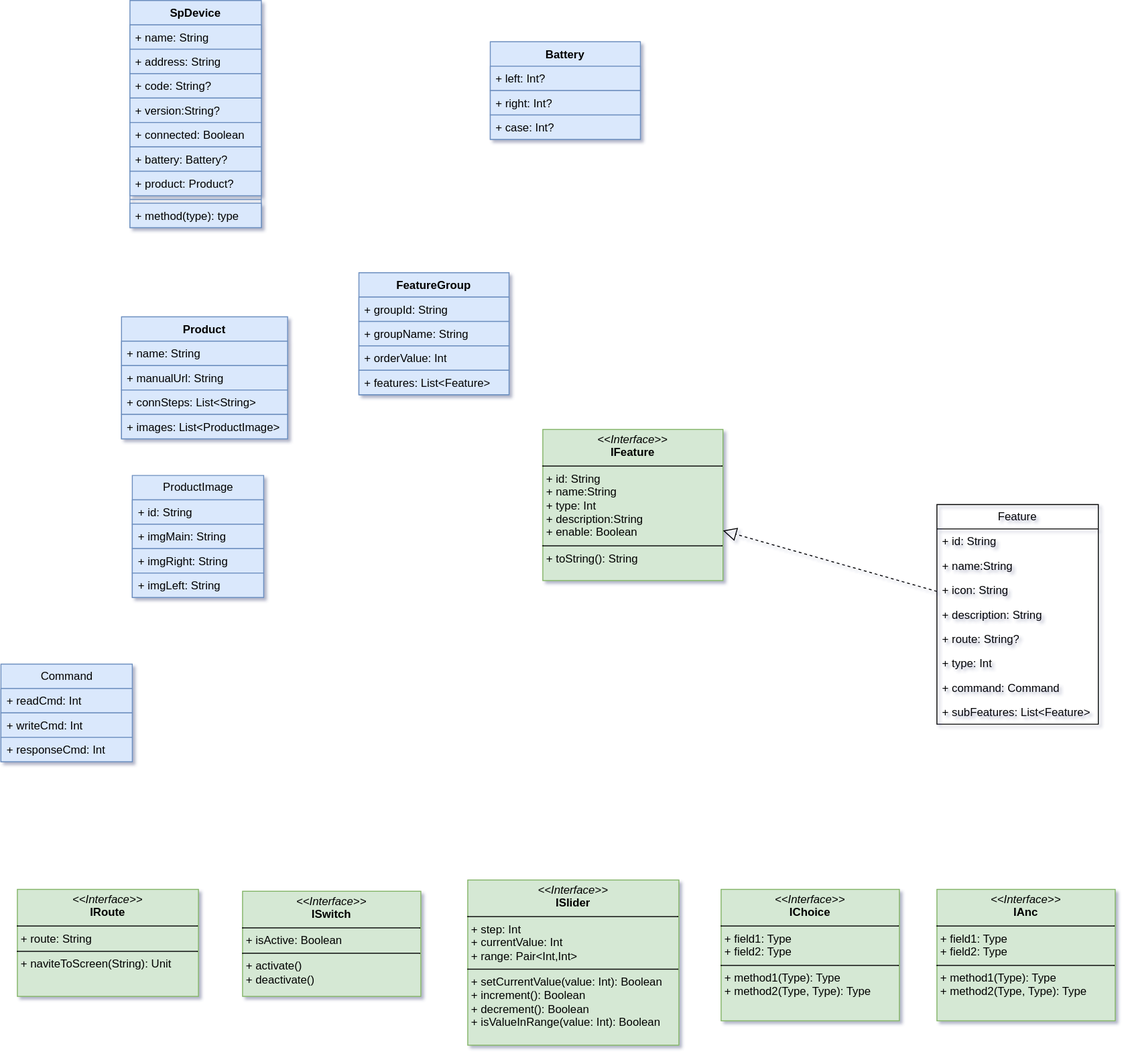
kekemao00/draw-libs keeps this draw.io diagram as 未命名绘图.drawio.svg. Above is the earlier version. Source tidied: cells renumbered, new cells last; positions are measured from the earlier drawing's top-left corner, leaving out a move shared by most shapes.
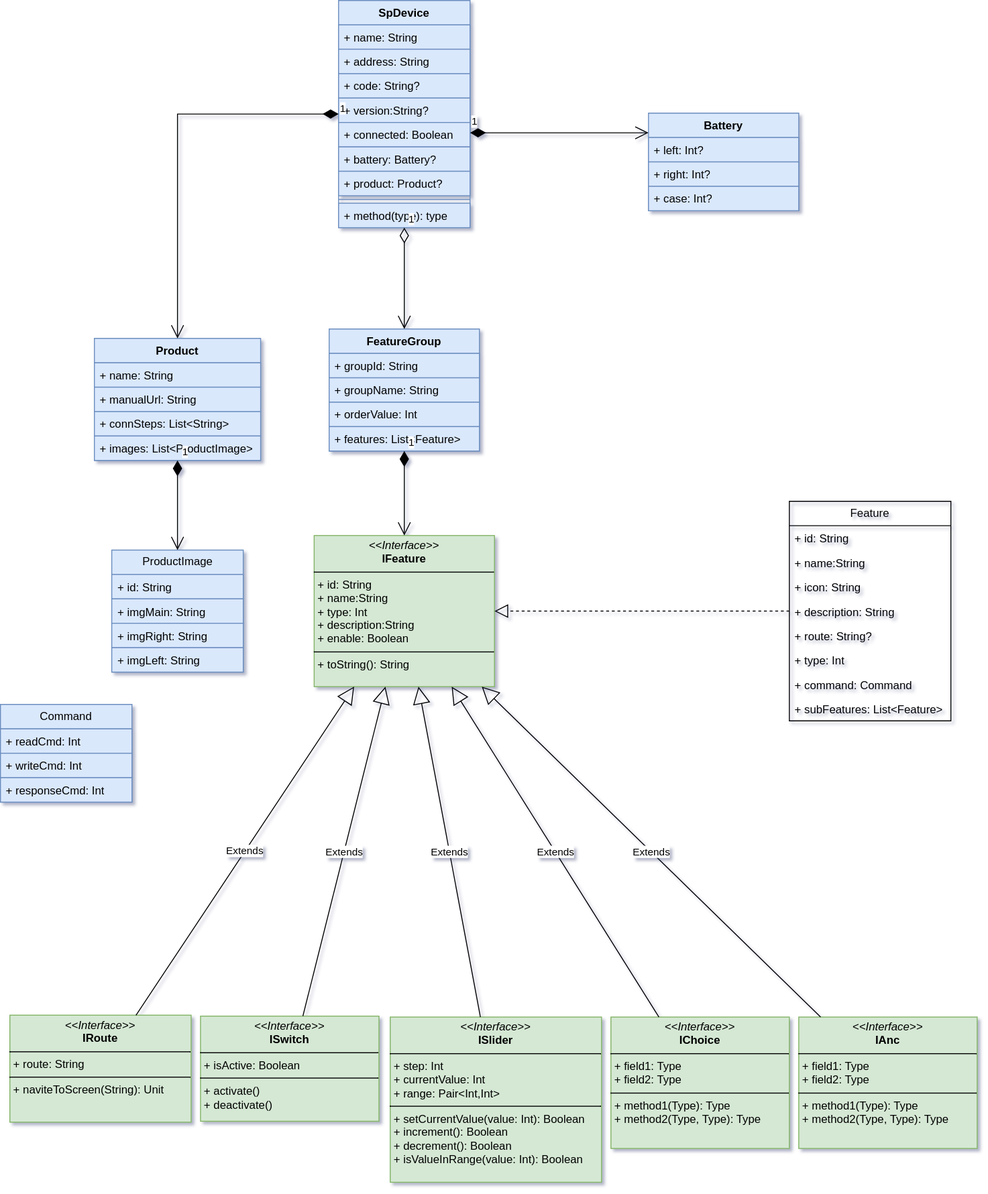
After the change.

Commit message:
更新未命名绘图.drawio.svg

The edit, as a diff of the source:
```diff
@@ -3,7 +3,7 @@
     <mxCell id="0" />
     <mxCell id="1" parent="0" />
     <mxCell id="2" value="SpDevice" style="swimlane;fontStyle=1;align=center;verticalAlign=top;horizontal=1;startSize=26;whiteSpace=wrap;html=1;labelBackgroundColor=none;rounded=0;fillColor=#dae8fc;strokeColor=#6c8ebf;" parent="1" vertex="1">
-      <mxGeometry x="138" width="140" height="242" as="geometry" />
+      <mxGeometry x="358" y="-83" width="140" height="242" as="geometry" />
     </mxCell>
     <mxCell id="3" value="+ name: String" style="text;strokeColor=#6c8ebf;fillColor=#dae8fc;align=left;verticalAlign=top;spacingLeft=4;spacingRight=4;overflow=hidden;whiteSpace=wrap;html=1;labelBackgroundColor=none;rounded=0;" parent="2" vertex="1">
       <mxGeometry y="26" width="140" height="26" as="geometry" />
@@ -33,7 +33,7 @@
       <mxGeometry y="216" width="140" height="26" as="geometry" />
     </mxCell>
     <mxCell id="12" value="Battery" style="swimlane;fontStyle=1;align=center;verticalAlign=top;horizontal=1;startSize=26;whiteSpace=wrap;html=1;labelBackgroundColor=none;rounded=0;fillColor=#dae8fc;strokeColor=#6c8ebf;" parent="1" vertex="1">
-      <mxGeometry x="522" y="44" width="160" height="104" as="geometry" />
+      <mxGeometry x="688" y="37" width="160" height="104" as="geometry" />
     </mxCell>
     <mxCell id="13" value="+&amp;nbsp;left: Int?" style="text;strokeColor=#6c8ebf;fillColor=#dae8fc;align=left;verticalAlign=top;spacingLeft=4;spacingRight=4;overflow=hidden;whiteSpace=wrap;html=1;labelBackgroundColor=none;rounded=0;" parent="12" vertex="1">
       <mxGeometry y="26" width="160" height="26" as="geometry" />
@@ -45,7 +45,7 @@
       <mxGeometry y="78" width="160" height="26" as="geometry" />
     </mxCell>
     <mxCell id="16" value="Product" style="swimlane;fontStyle=1;align=center;verticalAlign=top;horizontal=1;startSize=26;whiteSpace=wrap;html=1;labelBackgroundColor=none;rounded=0;fillColor=#dae8fc;strokeColor=#6c8ebf;" parent="1" vertex="1">
-      <mxGeometry x="129" y="337" width="177" height="130" as="geometry" />
+      <mxGeometry x="98" y="277" width="177" height="130" as="geometry" />
     </mxCell>
     <mxCell id="17" value="+ name: String" style="text;strokeColor=#6c8ebf;fillColor=#dae8fc;align=left;verticalAlign=top;spacingLeft=4;spacingRight=4;overflow=hidden;whiteSpace=wrap;html=1;labelBackgroundColor=none;rounded=0;" parent="16" vertex="1">
       <mxGeometry y="26" width="177" height="26" as="geometry" />
@@ -60,7 +60,7 @@
       <mxGeometry y="104" width="177" height="26" as="geometry" />
     </mxCell>
     <mxCell id="21" value="ProductImage" style="swimlane;fontStyle=0;horizontal=1;startSize=26;fillColor=#dae8fc;whiteSpace=wrap;html=1;strokeColor=#6c8ebf;" parent="1" vertex="1">
-      <mxGeometry x="140.5" y="506" width="140" height="130" as="geometry" />
+      <mxGeometry x="116.5" y="502.5" width="140" height="130" as="geometry" />
     </mxCell>
     <mxCell id="22" value="+ id: String" style="text;strokeColor=#6c8ebf;fillColor=#dae8fc;align=left;verticalAlign=top;spacingLeft=4;spacingRight=4;overflow=hidden;whiteSpace=wrap;html=1;" parent="21" vertex="1">
       <mxGeometry y="26" width="140" height="26" as="geometry" />
@@ -75,7 +75,7 @@
       <mxGeometry y="104" width="140" height="26" as="geometry" />
     </mxCell>
     <mxCell id="26" value="FeatureGroup" style="swimlane;fontStyle=1;align=center;verticalAlign=top;horizontal=1;startSize=26;whiteSpace=wrap;html=1;fillColor=#dae8fc;strokeColor=#6c8ebf;" parent="1" vertex="1">
-      <mxGeometry x="382" y="290" width="160" height="130" as="geometry" />
+      <mxGeometry x="348" y="267" width="160" height="130" as="geometry" />
     </mxCell>
     <mxCell id="27" value="+ groupId: String" style="text;strokeColor=#6c8ebf;fillColor=#dae8fc;align=left;verticalAlign=top;spacingLeft=4;spacingRight=4;overflow=hidden;whiteSpace=wrap;html=1;" parent="26" vertex="1">
       <mxGeometry y="26" width="160" height="26" as="geometry" />
@@ -90,7 +90,7 @@
       <mxGeometry y="104" width="160" height="26" as="geometry" />
     </mxCell>
     <mxCell id="31" value="Feature" style="swimlane;fontStyle=0;horizontal=1;startSize=26;fillColor=none;whiteSpace=wrap;html=1;" parent="1" vertex="1">
-      <mxGeometry x="998" y="537" width="172" height="234" as="geometry" />
+      <mxGeometry x="838" y="450.5" width="172" height="234" as="geometry" />
     </mxCell>
     <mxCell id="32" value="+ id: String" style="text;strokeColor=none;fillColor=none;align=left;verticalAlign=top;spacingLeft=4;spacingRight=4;overflow=hidden;whiteSpace=wrap;html=1;" parent="31" vertex="1">
       <mxGeometry y="26" width="172" height="26" as="geometry" />
@@ -117,7 +117,7 @@
       <mxGeometry y="208" width="172" height="26" as="geometry" />
     </mxCell>
     <mxCell id="40" value="Command" style="swimlane;fontStyle=0;horizontal=1;startSize=26;fillColor=#dae8fc;whiteSpace=wrap;html=1;strokeColor=#6c8ebf;" parent="1" vertex="1">
-      <mxGeometry x="0.5" y="707" width="140" height="104" as="geometry" />
+      <mxGeometry x="-2" y="667" width="140" height="104" as="geometry" />
     </mxCell>
     <mxCell id="41" value="+ readCmd: Int" style="text;strokeColor=#6c8ebf;fillColor=#dae8fc;align=left;verticalAlign=top;spacingLeft=4;spacingRight=4;overflow=hidden;whiteSpace=wrap;html=1;" parent="40" vertex="1">
       <mxGeometry y="26" width="140" height="26" as="geometry" />
@@ -129,25 +129,60 @@
       <mxGeometry y="78" width="140" height="26" as="geometry" />
     </mxCell>
     <mxCell id="44" value="&lt;p style=&quot;margin:0px;margin-top:4px;text-align:center;&quot;&gt;&lt;i&gt;&amp;lt;&amp;lt;Interface&amp;gt;&amp;gt;&lt;/i&gt;&lt;br&gt;&lt;b&gt;IFeature&lt;/b&gt;&lt;/p&gt;&lt;hr size=&quot;1&quot; style=&quot;border-style:solid;&quot;&gt;&lt;p style=&quot;margin:0px;margin-left:4px;&quot;&gt;+ id: String&lt;br&gt;+ name:String&lt;br&gt;+ type: Int&lt;br&gt;+ description:String&lt;br&gt;+&amp;nbsp;enable: Boolean&lt;/p&gt;&lt;hr size=&quot;1&quot; style=&quot;border-style:solid;&quot;&gt;&lt;p style=&quot;margin:0px;margin-left:4px;&quot;&gt;+ toString(): String&lt;br&gt;&lt;/p&gt;" style="verticalAlign=top;align=left;overflow=fill;html=1;whiteSpace=wrap;fillColor=#d5e8d4;strokeColor=#82b366;" parent="1" vertex="1">
-      <mxGeometry x="578" y="457" width="192" height="161" as="geometry" />
+      <mxGeometry x="332" y="487" width="192" height="161" as="geometry" />
     </mxCell>
     <mxCell id="45" value="&lt;p style=&quot;margin:0px;margin-top:4px;text-align:center;&quot;&gt;&lt;i&gt;&amp;lt;&amp;lt;Interface&amp;gt;&amp;gt;&lt;/i&gt;&lt;br&gt;&lt;b&gt;IRoute&lt;/b&gt;&lt;/p&gt;&lt;hr size=&quot;1&quot; style=&quot;border-style:solid;&quot;&gt;&lt;p style=&quot;margin:0px;margin-left:4px;&quot;&gt;+ route: String&lt;/p&gt;&lt;hr size=&quot;1&quot; style=&quot;border-style:solid;&quot;&gt;&lt;p style=&quot;margin:0px;margin-left:4px;&quot;&gt;+ naviteToScreen(String): Unit&lt;br&gt;&lt;/p&gt;" style="verticalAlign=top;align=left;overflow=fill;html=1;whiteSpace=wrap;fillColor=#d5e8d4;strokeColor=#82b366;" parent="1" vertex="1">
-      <mxGeometry x="18" y="947" width="193" height="114" as="geometry" />
+      <mxGeometry x="8" y="998" width="193" height="114" as="geometry" />
     </mxCell>
     <mxCell id="46" value="&lt;p style=&quot;margin:0px;margin-top:4px;text-align:center;&quot;&gt;&lt;i&gt;&amp;lt;&amp;lt;Interface&amp;gt;&amp;gt;&lt;/i&gt;&lt;br&gt;&lt;b&gt;IChoice&lt;/b&gt;&lt;/p&gt;&lt;hr size=&quot;1&quot; style=&quot;border-style:solid;&quot;&gt;&lt;p style=&quot;margin:0px;margin-left:4px;&quot;&gt;+ field1: Type&lt;br&gt;+ field2: Type&lt;/p&gt;&lt;hr size=&quot;1&quot; style=&quot;border-style:solid;&quot;&gt;&lt;p style=&quot;margin:0px;margin-left:4px;&quot;&gt;+ method1(Type): Type&lt;br&gt;+ method2(Type, Type): Type&lt;/p&gt;" style="verticalAlign=top;align=left;overflow=fill;html=1;whiteSpace=wrap;fillColor=#d5e8d4;strokeColor=#82b366;" parent="1" vertex="1">
-      <mxGeometry x="768" y="947" width="190" height="140" as="geometry" />
+      <mxGeometry x="648" y="1000" width="190" height="140" as="geometry" />
     </mxCell>
     <mxCell id="47" value="&lt;p style=&quot;margin:0px;margin-top:4px;text-align:center;&quot;&gt;&lt;i&gt;&amp;lt;&amp;lt;Interface&amp;gt;&amp;gt;&lt;/i&gt;&lt;br&gt;&lt;b&gt;IAnc&lt;/b&gt;&lt;/p&gt;&lt;hr size=&quot;1&quot; style=&quot;border-style:solid;&quot;&gt;&lt;p style=&quot;margin:0px;margin-left:4px;&quot;&gt;+ field1: Type&lt;br&gt;+ field2: Type&lt;/p&gt;&lt;hr size=&quot;1&quot; style=&quot;border-style:solid;&quot;&gt;&lt;p style=&quot;margin:0px;margin-left:4px;&quot;&gt;+ method1(Type): Type&lt;br&gt;+ method2(Type, Type): Type&lt;/p&gt;" style="verticalAlign=top;align=left;overflow=fill;html=1;whiteSpace=wrap;fillColor=#d5e8d4;strokeColor=#82b366;" parent="1" vertex="1">
-      <mxGeometry x="998" y="947" width="190" height="140" as="geometry" />
+      <mxGeometry x="848" y="1000" width="190" height="140" as="geometry" />
     </mxCell>
     <mxCell id="48" style="endArrow=block;dashed=1;endFill=0;endSize=12;html=1;rounded=0;" parent="1" edge="1" source="31" target="44">
       <mxGeometry relative="1" as="geometry" />
     </mxCell>
     <mxCell id="49" value="&lt;p style=&quot;margin:0px;margin-top:4px;text-align:center;&quot;&gt;&lt;i&gt;&amp;lt;&amp;lt;Interface&amp;gt;&amp;gt;&lt;/i&gt;&lt;br&gt;&lt;b&gt;ISwitch&lt;/b&gt;&lt;/p&gt;&lt;hr size=&quot;1&quot; style=&quot;border-style:solid;&quot;&gt;&lt;p style=&quot;margin:0px;margin-left:4px;&quot;&gt;+ isActive: Boolean&lt;br&gt;&lt;/p&gt;&lt;hr size=&quot;1&quot; style=&quot;border-style:solid;&quot;&gt;&lt;p style=&quot;margin:0px;margin-left:4px;&quot;&gt;+ activate()&lt;br&gt;+ deactivate()&lt;/p&gt;" style="verticalAlign=top;align=left;overflow=fill;html=1;whiteSpace=wrap;fillColor=#d5e8d4;strokeColor=#82b366;" parent="1" vertex="1">
-      <mxGeometry x="258" y="949" width="190" height="112" as="geometry" />
+      <mxGeometry x="211" y="999" width="190" height="112" as="geometry" />
     </mxCell>
     <mxCell id="50" value="&lt;p style=&quot;margin:0px;margin-top:4px;text-align:center;&quot;&gt;&lt;i&gt;&amp;lt;&amp;lt;Interface&amp;gt;&amp;gt;&lt;/i&gt;&lt;br&gt;&lt;b&gt;ISlider&lt;/b&gt;&lt;/p&gt;&lt;hr size=&quot;1&quot; style=&quot;border-style:solid;&quot;&gt;&lt;p style=&quot;margin:0px;margin-left:4px;&quot;&gt;+&amp;nbsp;step: Int&lt;br&gt;+&amp;nbsp;currentValue: Int&lt;br&gt;+ range: Pair&amp;lt;Int,Int&amp;gt;&lt;/p&gt;&lt;hr size=&quot;1&quot; style=&quot;border-style:solid;&quot;&gt;&lt;p style=&quot;margin:0px;margin-left:4px;&quot;&gt;+ setCurrentValue(value: Int): Boolean&lt;/p&gt;&lt;p style=&quot;margin:0px;margin-left:4px;&quot;&gt;+ increment(): Boolean&lt;/p&gt;&lt;p style=&quot;margin:0px;margin-left:4px;&quot;&gt;+ decrement(): Boolean&lt;/p&gt;&lt;p style=&quot;margin:0px;margin-left:4px;&quot;&gt;+ isValueInRange(value: Int): Boolean&lt;/p&gt;" style="verticalAlign=top;align=left;overflow=fill;html=1;whiteSpace=wrap;fillColor=#d5e8d4;strokeColor=#82b366;" parent="1" vertex="1">
-      <mxGeometry x="498" y="937" width="225" height="176" as="geometry" />
+      <mxGeometry x="413" y="1000" width="225" height="176" as="geometry" />
     </mxCell>
+    <mxCell id="51" value="1" style="endArrow=open;html=1;endSize=12;startArrow=diamondThin;startSize=14;startFill=1;edgeStyle=orthogonalEdgeStyle;align=left;verticalAlign=bottom;rounded=0;" parent="1" edge="1" source="2" target="12">
+      <mxGeometry x="-1" y="3" relative="1" as="geometry">
+        <Array as="points">
+          <mxPoint x="578" y="58" />
+          <mxPoint x="578" y="58" />
+        </Array>
+      </mxGeometry>
+    </mxCell>
+    <mxCell id="52" value="1" style="endArrow=open;html=1;endSize=12;startArrow=diamondThin;startSize=14;startFill=1;edgeStyle=orthogonalEdgeStyle;align=left;verticalAlign=bottom;rounded=0;" parent="1" edge="1" source="2" target="16">
+      <mxGeometry x="-1" y="3" relative="1" as="geometry" />
+    </mxCell>
+    <mxCell id="53" value="1" style="endArrow=open;html=1;endSize=12;startArrow=diamondThin;startSize=14;startFill=1;edgeStyle=orthogonalEdgeStyle;align=left;verticalAlign=bottom;rounded=0;" parent="1" edge="1" source="16" target="21">
+      <mxGeometry x="-1" y="3" relative="1" as="geometry" />
+    </mxCell>
+    <mxCell id="54" value="1" style="endArrow=open;html=1;endSize=12;startArrow=diamondThin;startSize=14;startFill=0;edgeStyle=orthogonalEdgeStyle;align=left;verticalAlign=bottom;rounded=0;" parent="1" edge="1" source="2" target="26">
+      <mxGeometry x="-1" y="3" relative="1" as="geometry" />
+    </mxCell>
+    <mxCell id="55" value="1" style="endArrow=open;html=1;endSize=12;startArrow=diamondThin;startSize=14;startFill=1;edgeStyle=orthogonalEdgeStyle;align=left;verticalAlign=bottom;rounded=0;" parent="1" edge="1" source="26" target="44">
+      <mxGeometry x="-1" y="3" relative="1" as="geometry" />
+    </mxCell>
+    <mxCell id="56" value="Extends" style="endArrow=block;endSize=16;endFill=0;html=1;rounded=0;" parent="1" edge="1" source="45" target="44">
+      <mxGeometry relative="1" as="geometry" />
+    </mxCell>
+    <mxCell id="57" value="Extends" style="endArrow=block;endSize=16;endFill=0;html=1;rounded=0;" parent="1" edge="1" source="49" target="44">
+      <mxGeometry relative="1" as="geometry" />
+    </mxCell>
+    <mxCell id="58" value="Extends" style="endArrow=block;endSize=16;endFill=0;html=1;rounded=0;" parent="1" edge="1" source="50" target="44">
+      <mxGeometry relative="1" as="geometry" />
+    </mxCell>
+    <mxCell id="59" value="Extends" style="endArrow=block;endSize=16;endFill=0;html=1;rounded=0;" parent="1" edge="1" source="47" target="44">
+      <mxGeometry relative="1" as="geometry" />
+    </mxCell>
+    <mxCell id="60" value="Extends" style="endArrow=block;endSize=16;endFill=0;html=1;rounded=0;" parent="1" edge="1" source="46" target="44">
+      <mxGeometry relative="1" as="geometry" />
+    </mxCell>
   </root>
 </mxGraphModel>
```
